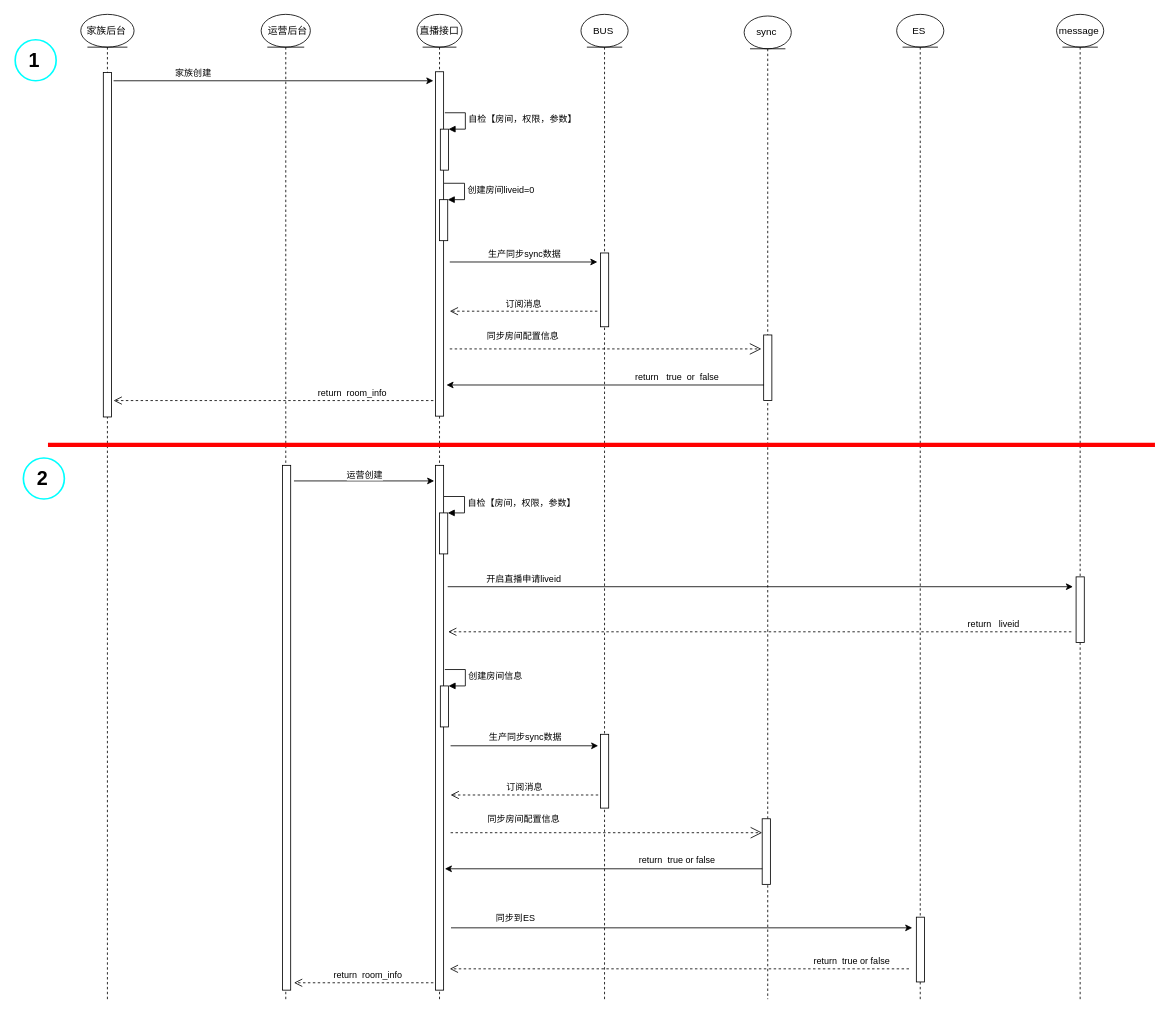
Above: page "创建公共房" (11 of 11) of pepper/公共房.drawio in wclssdn/draw.io (draw.io), before the change. Source tidied: cells renumbered, new cells numbered last; positions are measured from the earlier drawing's top-left corner, leaving out a move shared by most shapes. Both pictures are drawn from the tidied source at 82%, with x=0, y=0 at pixel (15, 14).
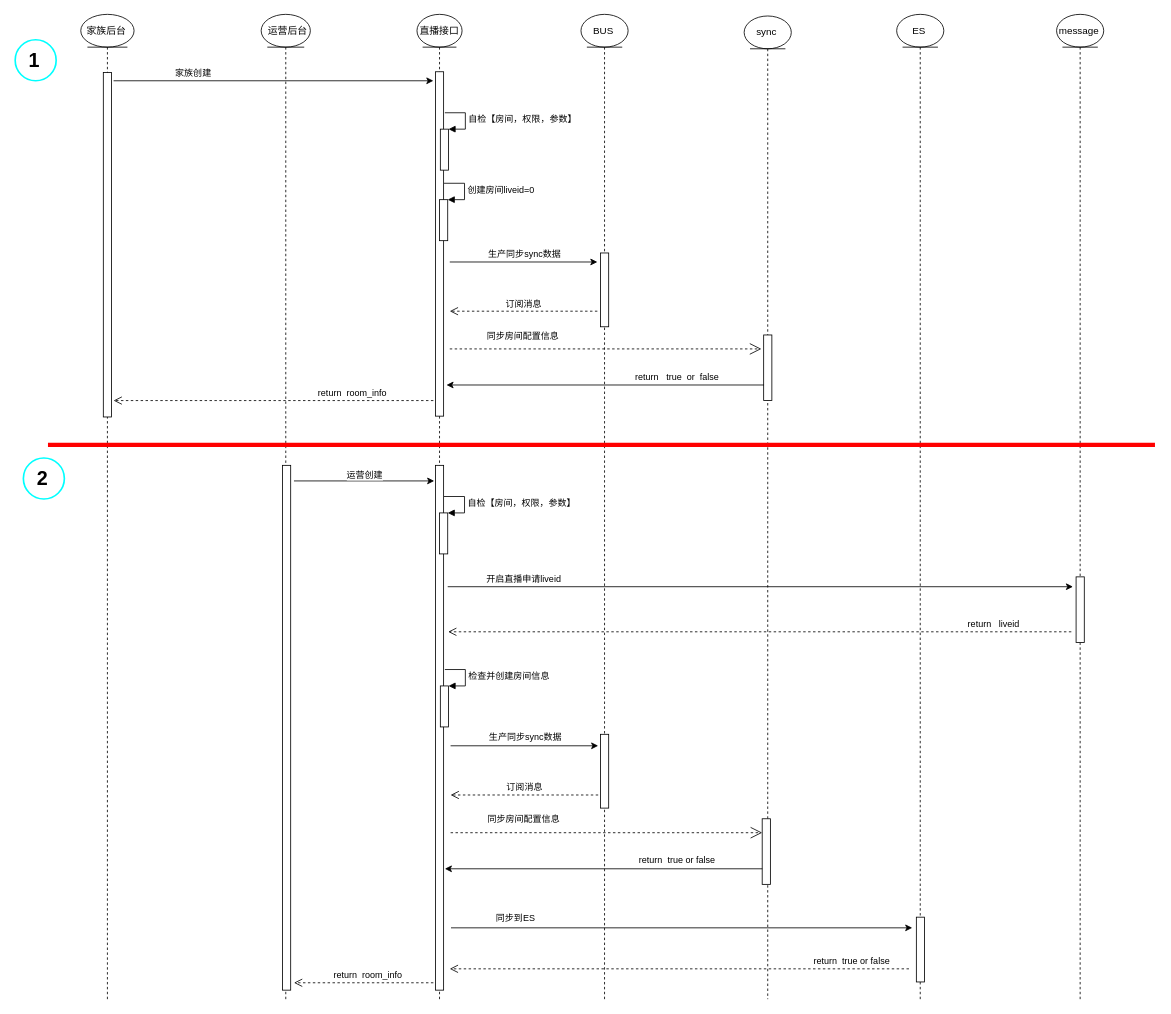
The same page after the edit.

The change refers to these unchanged cells:
```xml
<mxCell id="8" style="shape=umlLifeline;participant=umlEntity;perimeter=lifelinePerimeter;whiteSpace=wrap;html=1;verticalAlign=top;spacingTop=36;" parent="1" vertex="1">
  <mxGeometry x="490" width="55" height="1201" as="geometry" />
</mxCell>
<mxCell id="14" style="html=1;points=[];perimeter=orthogonalPerimeter;" parent="8" vertex="1">
  <mxGeometry x="28.5" y="819" width="10" height="50" as="geometry" />
</mxCell>
```

What changed in the source:
```diff
@@
-    <mxCell id="15" value="创建房间信息" style="edgeStyle=orthogonalEdgeStyle;html=1;align=left;spacingLeft=2;endArrow=block;rounded=0;entryX=1;entryY=0;" parent="8" edge="1" target="14">
+    <mxCell id="15" value="检查并创建房间信息" style="edgeStyle=orthogonalEdgeStyle;html=1;align=left;spacingLeft=2;endArrow=block;rounded=0;entryX=1;entryY=0;" parent="8" edge="1" target="14">
       <mxGeometry relative="1" as="geometry">
         <mxPoint x="34" y="799" as="sourcePoint" />
         <Array as="points">
           <mxPoint x="59" y="799" />
           <mxPoint x="59" y="819" />
         </Array>
       </mxGeometry>
     </mxCell>
```
